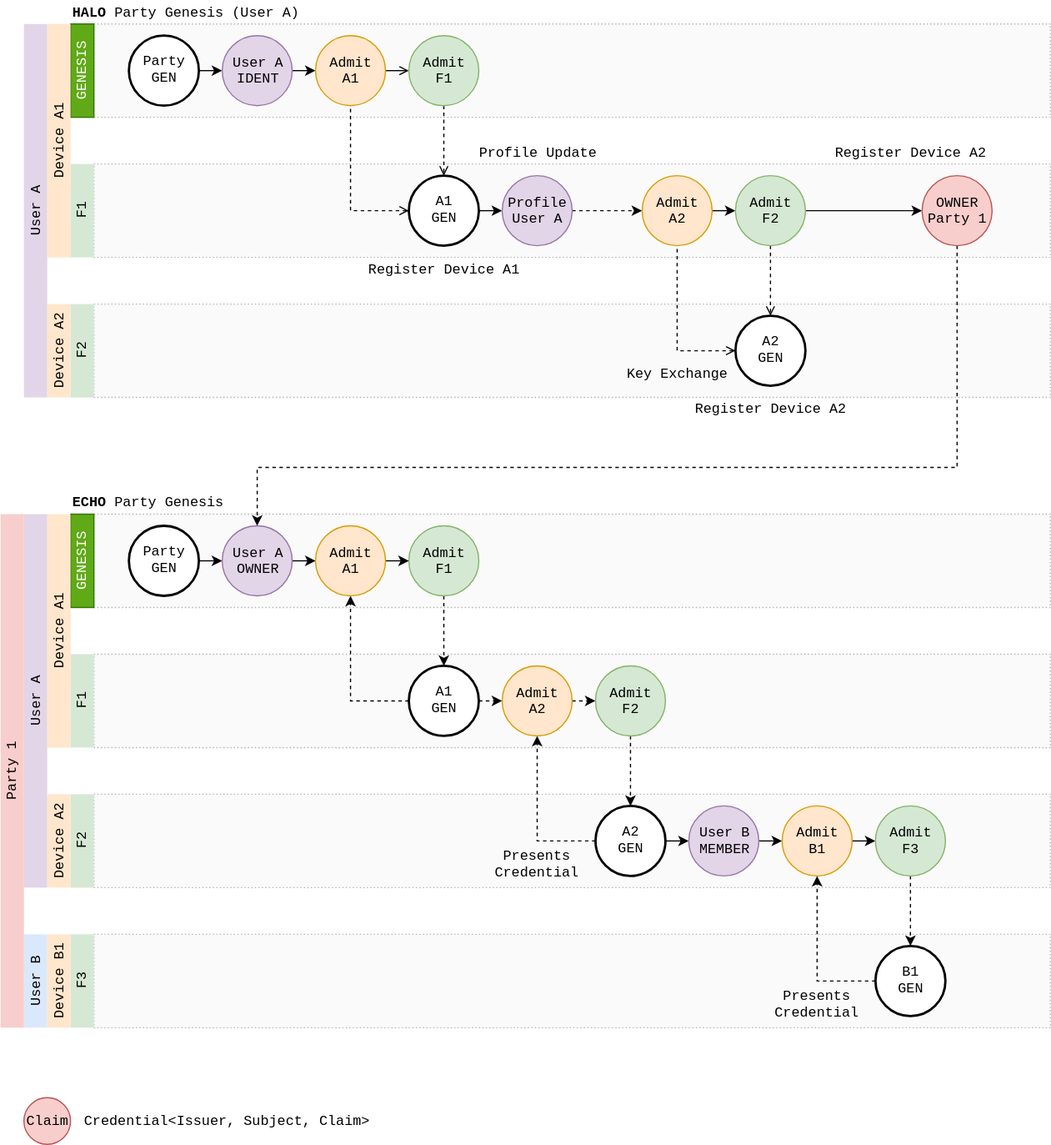
Earlier version of the draw.io export docs/design/diagrams/halo-credentials.drawio.svg (dxos/dxos). Source tidied: cells renumbered, new cells last; positions are measured from the earlier drawing's top-left corner, leaving out a move shared by most shapes.
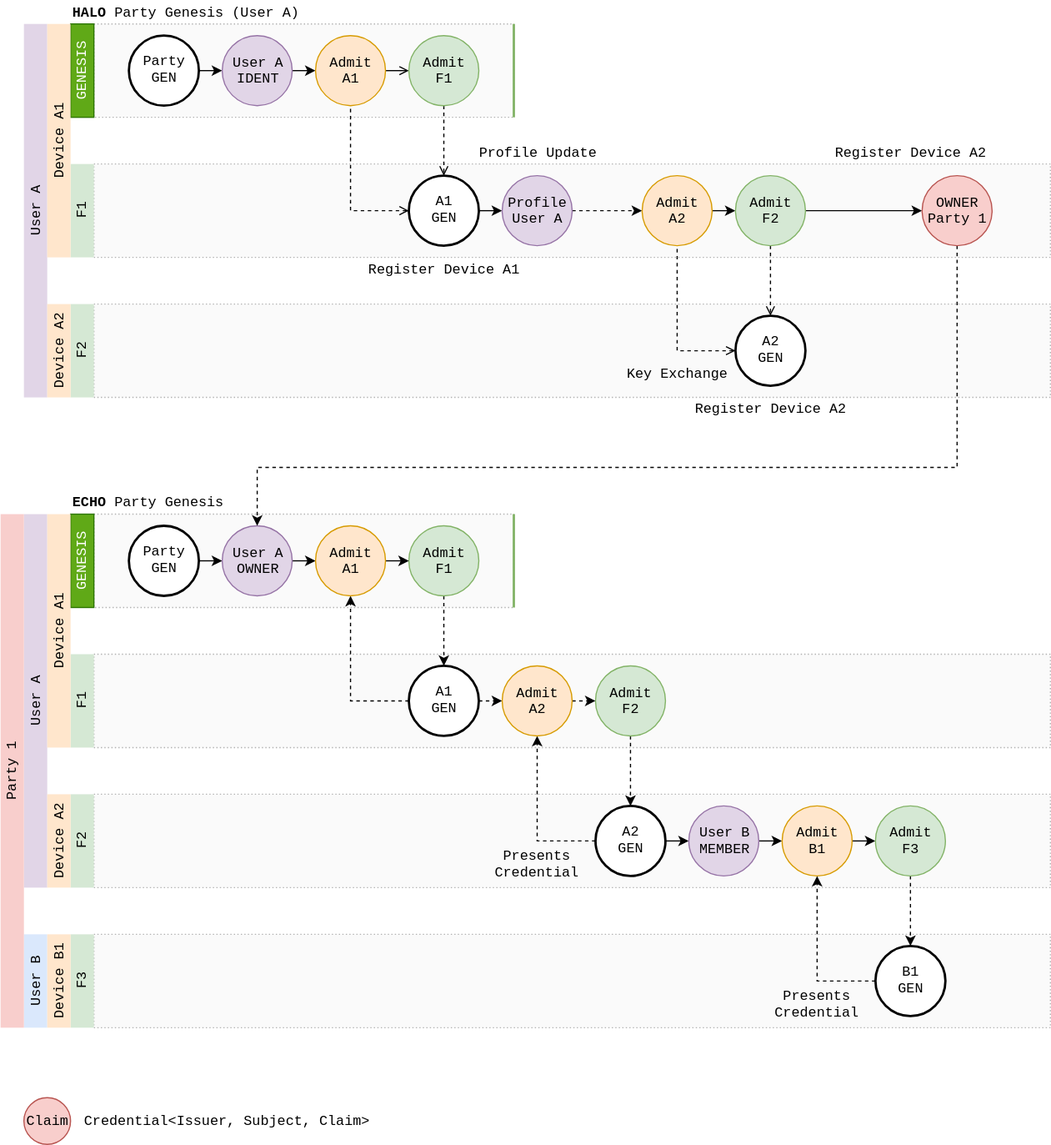
After the commit.

The edit, as a diff of the source:
```diff
@@ -3,7 +3,7 @@
     <mxCell id="0" />
     <mxCell id="1" parent="0" />
     <mxCell id="2" style="rounded=0;whiteSpace=wrap;html=1;fillColor=#f5f5f5;dashed=1;dashPattern=1 2;strokeWidth=1;opacity=50;strokeColor=#666666;fontColor=#333333;" parent="1" vertex="1">
-      <mxGeometry x="80" y="20" width="820" height="80" as="geometry" />
+      <mxGeometry x="80" y="20" width="360" height="80" as="geometry" />
     </mxCell>
     <mxCell id="3" style="rounded=0;whiteSpace=wrap;html=1;fillColor=#f5f5f5;dashed=1;dashPattern=1 2;strokeWidth=1;opacity=50;strokeColor=#666666;fontColor=#333333;" parent="1" vertex="1">
       <mxGeometry x="80" y="140" width="820" height="80" as="geometry" />
@@ -93,7 +93,7 @@
       <mxGeometry x="70" y="950" width="280" height="20" as="geometry" />
     </mxCell>
     <mxCell id="32" style="rounded=0;whiteSpace=wrap;html=1;fillColor=#f5f5f5;dashed=1;dashPattern=1 2;strokeWidth=1;opacity=50;strokeColor=#666666;fontColor=#333333;" parent="1" vertex="1">
-      <mxGeometry x="80" y="440" width="820" height="80" as="geometry" />
+      <mxGeometry x="80" y="440" width="360" height="80" as="geometry" />
     </mxCell>
     <mxCell id="33" style="rounded=0;whiteSpace=wrap;html=1;fillColor=#f5f5f5;dashed=1;dashPattern=1 2;strokeWidth=1;opacity=50;strokeColor=#666666;fontColor=#333333;" parent="1" vertex="1">
       <mxGeometry x="80" y="560" width="820" height="80" as="geometry" />
@@ -255,5 +255,17 @@
     <mxCell id="83" value="Register Device A2" style="text;html=1;strokeColor=none;fillColor=none;align=center;verticalAlign=middle;whiteSpace=wrap;rounded=0;dashed=1;dashPattern=1 2;fontFamily=Courier New;fontSize=12;opacity=50;" parent="1" vertex="1">
       <mxGeometry x="700" y="120" width="160" height="20" as="geometry" />
     </mxCell>
+    <mxCell id="84" style="endArrow=none;html=1;strokeWidth=2;fontFamily=Courier New;fontSize=12;fillColor=#d5e8d4;strokeColor=#82b366;" parent="1" edge="1">
+      <mxGeometry relative="1" as="geometry">
+        <mxPoint x="440" y="520" as="sourcePoint" />
+        <mxPoint x="440" y="440" as="targetPoint" />
+      </mxGeometry>
+    </mxCell>
+    <mxCell id="85" style="endArrow=none;html=1;strokeWidth=2;fontFamily=Courier New;fontSize=12;fillColor=#d5e8d4;strokeColor=#82b366;" parent="1" edge="1">
+      <mxGeometry relative="1" as="geometry">
+        <mxPoint x="440" y="100" as="sourcePoint" />
+        <mxPoint x="440" y="20" as="targetPoint" />
+      </mxGeometry>
+    </mxCell>
   </root>
 </mxGraphModel>
```
